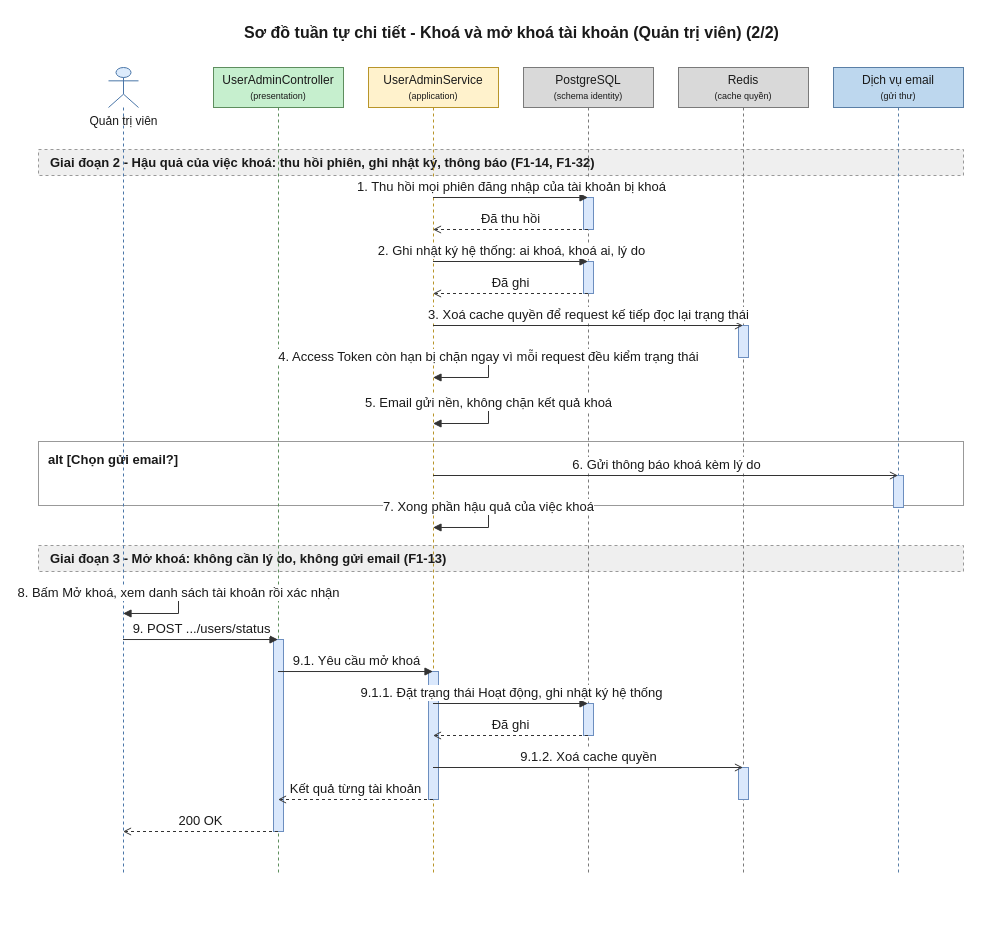
daiphu1801/PRJ_ALGOPREP keeps this draw.io diagram as 08-diagram/sequence/admin/sequence_admin_khoa_mo_khoa_tai_khoan_p2.drawio. Above is the earlier version. Source tidied: cells renumbered, new cells numbered last; positions are measured from the earlier drawing's top-left corner, leaving out a move shared by most shapes. Both pictures are drawn from the tidied source at 100%, with x=0, y=0 at pixel (38, 17).
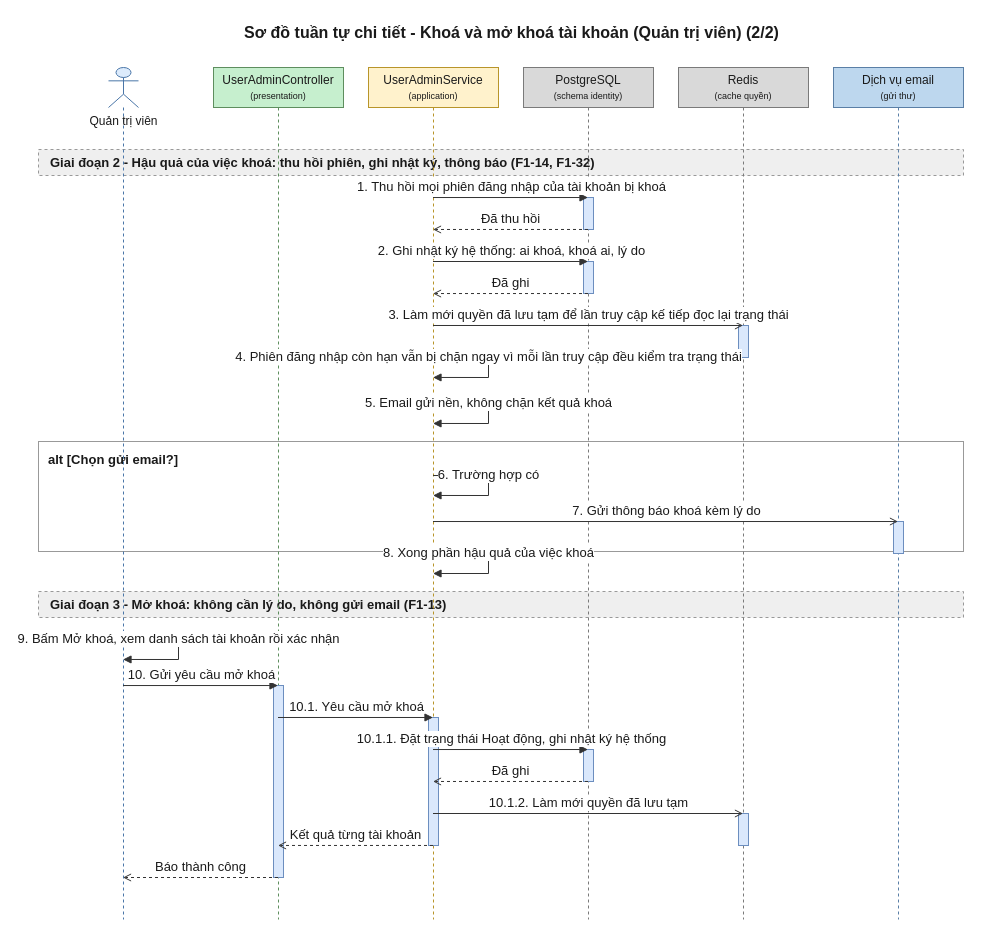
The same diagram, later.

What changed in the source:
```diff
@@
     <mxCell id="3" value="alt [Chọn gửi email?]" style="algoprep=alt;rounded=0;whiteSpace=wrap;html=1;fillColor=none;strokeColor=#999999;verticalAlign=top;align=left;spacingLeft=8;spacingTop=4;fontColor=#1A1A1A;fontSize=13;fontStyle=1;dashed=0;" parent="1" vertex="1">
-      <mxGeometry y="424" width="925" height="64" as="geometry" />
+      <mxGeometry y="424" width="925" height="110" as="geometry" />
     </mxCell>
@@
     <mxCell id="5" value="Giai đoạn 3 - Mở khoá: không cần lý do, không gửi email (F1-13)" style="algoprep=phase;rounded=0;whiteSpace=wrap;html=1;fillColor=#EFEFEF;strokeColor=#999999;dashed=1;align=left;verticalAlign=middle;spacingLeft=10;fontColor=#1A1A1A;fontSize=13;fontStyle=1;" parent="1" vertex="1">
-      <mxGeometry y="528" width="925" height="26" as="geometry" />
+      <mxGeometry y="574" width="925" height="26" as="geometry" />
     </mxCell>
     <mxCell id="6" value="Quản trị viên" style="shape=umlLifeline;participant=umlActor;perimeter=lifelinePerimeter;html=1;outlineConnect=0;size=40;verticalAlign=top;spacingTop=40;fillColor=#DCEBFC;strokeColor=#4A76A8;fontColor=#1A1A1A;" parent="1" vertex="1">
-      <mxGeometry x="70" y="50" width="30" height="806" as="geometry" />
+      <mxGeometry x="70" y="50" width="30" height="852" as="geometry" />
     </mxCell>
     <mxCell id="7" value="UserAdminController&lt;br&gt;&lt;font style=&quot;font-size:9px&quot;&gt;(presentation)&lt;/font&gt;" style="shape=umlLifeline;perimeter=lifelinePerimeter;whiteSpace=wrap;html=1;outlineConnect=0;size=40;fillColor=#C6EFCE;strokeColor=#5E8E5E;fontColor=#1A1A1A;" parent="1" vertex="1">
-      <mxGeometry x="175" y="50" width="130" height="806" as="geometry" />
+      <mxGeometry x="175" y="50" width="130" height="852" as="geometry" />
     </mxCell>
     <mxCell id="8" value="UserAdminService&lt;br&gt;&lt;font style=&quot;font-size:9px&quot;&gt;(application)&lt;/font&gt;" style="shape=umlLifeline;perimeter=lifelinePerimeter;whiteSpace=wrap;html=1;outlineConnect=0;size=40;fillColor=#FFF2CC;strokeColor=#B8952A;fontColor=#1A1A1A;" parent="1" vertex="1">
-      <mxGeometry x="330" y="50" width="130" height="806" as="geometry" />
+      <mxGeometry x="330" y="50" width="130" height="852" as="geometry" />
     </mxCell>
     <mxCell id="9" value="PostgreSQL&lt;br&gt;&lt;font style=&quot;font-size:9px&quot;&gt;(schema identity)&lt;/font&gt;" style="shape=umlLifeline;perimeter=lifelinePerimeter;whiteSpace=wrap;html=1;outlineConnect=0;size=40;fillColor=#D9D9D9;strokeColor=#7A7A7A;fontColor=#1A1A1A;" parent="1" vertex="1">
-      <mxGeometry x="485" y="50" width="130" height="806" as="geometry" />
+      <mxGeometry x="485" y="50" width="130" height="852" as="geometry" />
     </mxCell>
     <mxCell id="10" value="Redis&lt;br&gt;&lt;font style=&quot;font-size:9px&quot;&gt;(cache quyền)&lt;/font&gt;" style="shape=umlLifeline;perimeter=lifelinePerimeter;whiteSpace=wrap;html=1;outlineConnect=0;size=40;fillColor=#D9D9D9;strokeColor=#7A7A7A;fontColor=#1A1A1A;" parent="1" vertex="1">
-      <mxGeometry x="640" y="50" width="130" height="806" as="geometry" />
+      <mxGeometry x="640" y="50" width="130" height="852" as="geometry" />
     </mxCell>
     <mxCell id="11" value="Dịch vụ email&lt;br&gt;&lt;font style=&quot;font-size:9px&quot;&gt;(gửi thư)&lt;/font&gt;" style="shape=umlLifeline;perimeter=lifelinePerimeter;whiteSpace=wrap;html=1;outlineConnect=0;size=40;fillColor=#BDD7EE;strokeColor=#5A7FA6;fontColor=#1A1A1A;" parent="1" vertex="1">
-      <mxGeometry x="795" y="50" width="130" height="806" as="geometry" />
+      <mxGeometry x="795" y="50" width="130" height="852" as="geometry" />
     </mxCell>
@@
     <mxCell id="15" style="html=1;perimeter=orthogonalPerimeter;targetShapes=umlLifeline;fillColor=#DAE8FC;strokeColor=#6C8EBF;" parent="11" vertex="1">
-      <mxGeometry x="60" y="408" width="10" height="32" as="geometry" />
+      <mxGeometry x="60" y="454" width="10" height="32" as="geometry" />
     </mxCell>
     <mxCell id="16" style="html=1;perimeter=orthogonalPerimeter;targetShapes=umlLifeline;fillColor=#DAE8FC;strokeColor=#6C8EBF;" parent="9" vertex="1">
-      <mxGeometry x="60" y="636" width="10" height="32" as="geometry" />
+      <mxGeometry x="60" y="682" width="10" height="32" as="geometry" />
     </mxCell>
     <mxCell id="17" style="html=1;perimeter=orthogonalPerimeter;targetShapes=umlLifeline;fillColor=#DAE8FC;strokeColor=#6C8EBF;" parent="10" vertex="1">
-      <mxGeometry x="60" y="700" width="10" height="32" as="geometry" />
+      <mxGeometry x="60" y="746" width="10" height="32" as="geometry" />
     </mxCell>
     <mxCell id="18" style="html=1;perimeter=orthogonalPerimeter;targetShapes=umlLifeline;fillColor=#DAE8FC;strokeColor=#6C8EBF;" parent="8" vertex="1">
-      <mxGeometry x="60" y="604" width="10" height="128" as="geometry" />
+      <mxGeometry x="60" y="650" width="10" height="128" as="geometry" />
     </mxCell>
     <mxCell id="19" style="html=1;perimeter=orthogonalPerimeter;targetShapes=umlLifeline;fillColor=#DAE8FC;strokeColor=#6C8EBF;" parent="7" vertex="1">
-      <mxGeometry x="60" y="572" width="10" height="192" as="geometry" />
+      <mxGeometry x="60" y="618" width="10" height="192" as="geometry" />
     </mxCell>
-    <mxCell id="20" value="1. Thu hồi mọi phiên đăng nhập của tài khoản bị khoá" style="edgeStyle=none;html=1;endArrow=block;endFill=1;strokeColor=#333333;fontColor=#1A1A1A;fontSize=13;verticalAlign=bottom;exitX=0.5;exitY=0.1613;exitDx=0;exitDy=0;entryX=0.5;entryY=0.1613;entryDx=0;entryDy=0;" parent="1" edge="1" source="8" target="9">
+    <mxCell id="20" value="1. Thu hồi mọi phiên đăng nhập của tài khoản bị khoá" style="edgeStyle=none;html=1;endArrow=block;endFill=1;strokeColor=#333333;fontColor=#1A1A1A;fontSize=13;verticalAlign=bottom;exitX=0.5;exitY=0.1526;exitDx=0;exitDy=0;entryX=0.5;entryY=0.1526;entryDx=0;entryDy=0;" parent="1" edge="1" source="8" target="9">
       <mxGeometry relative="1" as="geometry" />
     </mxCell>
-    <mxCell id="21" value="Đã thu hồi" style="edgeStyle=none;html=1;endArrow=open;endFill=0;dashed=1;strokeColor=#333333;fontColor=#1A1A1A;fontSize=13;verticalAlign=bottom;exitX=0.5;exitY=0.2010;exitDx=0;exitDy=0;entryX=0.5;entryY=0.2010;entryDx=0;entryDy=0;" parent="1" edge="1" source="9" target="8">
+    <mxCell id="21" value="Đã thu hồi" style="edgeStyle=none;html=1;endArrow=open;endFill=0;dashed=1;strokeColor=#333333;fontColor=#1A1A1A;fontSize=13;verticalAlign=bottom;exitX=0.5;exitY=0.1901;exitDx=0;exitDy=0;entryX=0.5;entryY=0.1901;entryDx=0;entryDy=0;" parent="1" edge="1" source="9" target="8">
       <mxGeometry relative="1" as="geometry" />
     </mxCell>
-    <mxCell id="22" value="2. Ghi nhật ký hệ thống: ai khoá, khoá ai, lý do" style="edgeStyle=none;html=1;endArrow=block;endFill=1;strokeColor=#333333;fontColor=#1A1A1A;fontSize=13;verticalAlign=bottom;exitX=0.5;exitY=0.2407;exitDx=0;exitDy=0;entryX=0.5;entryY=0.2407;entryDx=0;entryDy=0;" parent="1" edge="1" source="8" target="9">
+    <mxCell id="22" value="2. Ghi nhật ký hệ thống: ai khoá, khoá ai, lý do" style="edgeStyle=none;html=1;endArrow=block;endFill=1;strokeColor=#333333;fontColor=#1A1A1A;fontSize=13;verticalAlign=bottom;exitX=0.5;exitY=0.2277;exitDx=0;exitDy=0;entryX=0.5;entryY=0.2277;entryDx=0;entryDy=0;" parent="1" edge="1" source="8" target="9">
       <mxGeometry relative="1" as="geometry" />
     </mxCell>
-    <mxCell id="23" value="Đã ghi" style="edgeStyle=none;html=1;endArrow=open;endFill=0;dashed=1;strokeColor=#333333;fontColor=#1A1A1A;fontSize=13;verticalAlign=bottom;exitX=0.5;exitY=0.2804;exitDx=0;exitDy=0;entryX=0.5;entryY=0.2804;entryDx=0;entryDy=0;" parent="1" edge="1" source="9" target="8">
+    <mxCell id="23" value="Đã ghi" style="edgeStyle=none;html=1;endArrow=open;endFill=0;dashed=1;strokeColor=#333333;fontColor=#1A1A1A;fontSize=13;verticalAlign=bottom;exitX=0.5;exitY=0.2653;exitDx=0;exitDy=0;entryX=0.5;entryY=0.2653;entryDx=0;entryDy=0;" parent="1" edge="1" source="9" target="8">
       <mxGeometry relative="1" as="geometry" />
     </mxCell>
-    <mxCell id="24" value="3. Xoá cache quyền để request kế tiếp đọc lại trạng thái" style="edgeStyle=none;html=1;endArrow=open;endFill=0;strokeColor=#333333;fontColor=#1A1A1A;fontSize=13;verticalAlign=bottom;exitX=0.5;exitY=0.3201;exitDx=0;exitDy=0;entryX=0.5;entryY=0.3201;entryDx=0;entryDy=0;" parent="1" edge="1" source="8" target="10">
+    <mxCell id="24" value="3. Làm mới quyền đã lưu tạm để lần truy cập kế tiếp đọc lại trạng thái" style="edgeStyle=none;html=1;endArrow=open;endFill=0;strokeColor=#333333;fontColor=#1A1A1A;fontSize=13;verticalAlign=bottom;exitX=0.5;exitY=0.3028;exitDx=0;exitDy=0;entryX=0.5;entryY=0.3028;entryDx=0;entryDy=0;" parent="1" edge="1" source="8" target="10">
       <mxGeometry relative="1" as="geometry" />
     </mxCell>
-    <mxCell id="25" value="4. Access Token còn hạn bị chặn ngay vì mỗi request đều kiểm trạng thái" style="edgeStyle=orthogonalEdgeStyle;rounded=0;html=1;endArrow=block;endFill=1;strokeColor=#333333;fontColor=#1A1A1A;fontSize=13;verticalAlign=bottom;exitX=0.5;exitY=0.3598;exitDx=0;exitDy=0;entryX=0.5;entryY=0.3846;entryDx=0;entryDy=0;" parent="1" edge="1" source="8" target="8">
+    <mxCell id="25" value="4. Phiên đăng nhập còn hạn vẫn bị chặn ngay vì mỗi lần truy cập đều kiểm tra trạng thái" style="edgeStyle=orthogonalEdgeStyle;rounded=0;html=1;endArrow=block;endFill=1;strokeColor=#333333;fontColor=#1A1A1A;fontSize=13;verticalAlign=bottom;exitX=0.5;exitY=0.3404;exitDx=0;exitDy=0;entryX=0.5;entryY=0.3638;entryDx=0;entryDy=0;" parent="1" edge="1" source="8" target="8">
       <mxGeometry relative="1" as="geometry">
         <Array as="points">
           <mxPoint x="450" y="340" />
           <mxPoint x="450" y="360" />
         </Array>
       </mxGeometry>
     </mxCell>
-    <mxCell id="26" value="5. Email gửi nền, không chặn kết quả khoá" style="edgeStyle=orthogonalEdgeStyle;rounded=0;html=1;endArrow=block;endFill=1;strokeColor=#333333;fontColor=#1A1A1A;fontSize=13;verticalAlign=bottom;exitX=0.5;exitY=0.4169;exitDx=0;exitDy=0;entryX=0.5;entryY=0.4417;entryDx=0;entryDy=0;" parent="1" edge="1" source="8" target="8">
+    <mxCell id="26" value="5. Email gửi nền, không chặn kết quả khoá" style="edgeStyle=orthogonalEdgeStyle;rounded=0;html=1;endArrow=block;endFill=1;strokeColor=#333333;fontColor=#1A1A1A;fontSize=13;verticalAlign=bottom;exitX=0.5;exitY=0.3944;exitDx=0;exitDy=0;entryX=0.5;entryY=0.4178;entryDx=0;entryDy=0;" parent="1" edge="1" source="8" target="8">
       <mxGeometry relative="1" as="geometry">
         <Array as="points">
           <mxPoint x="450" y="386" />
           <mxPoint x="450" y="406" />
         </Array>
       </mxGeometry>
     </mxCell>
-    <mxCell id="27" value="6. Gửi thông báo khoá kèm lý do" style="edgeStyle=none;html=1;endArrow=open;endFill=0;strokeColor=#333333;fontColor=#1A1A1A;fontSize=13;verticalAlign=bottom;exitX=0.5;exitY=0.5062;exitDx=0;exitDy=0;entryX=0.5;entryY=0.5062;entryDx=0;entryDy=0;" parent="1" edge="1" source="8" target="11">
-      <mxGeometry relative="1" as="geometry" />
+    <mxCell id="27" value="6. Trường hợp có" style="edgeStyle=orthogonalEdgeStyle;rounded=0;html=1;endArrow=block;endFill=1;strokeColor=#333333;fontColor=#1A1A1A;fontSize=13;verticalAlign=bottom;exitX=0.5;exitY=0.4789;exitDx=0;exitDy=0;entryX=0.5;entryY=0.5023;entryDx=0;entryDy=0;" parent="1" edge="1" source="8" target="8">
+      <mxGeometry relative="1" as="geometry">
+        <Array as="points">
+          <mxPoint x="450" y="458" />
+          <mxPoint x="450" y="478" />
+        </Array>
+      </mxGeometry>
     </mxCell>
-    <mxCell id="28" value="7. Xong phần hậu quả của việc khoá" style="edgeStyle=orthogonalEdgeStyle;rounded=0;html=1;endArrow=block;endFill=1;strokeColor=#333333;fontColor=#1A1A1A;fontSize=13;verticalAlign=bottom;exitX=0.5;exitY=0.5459;exitDx=0;exitDy=0;entryX=0.5;entryY=0.5707;entryDx=0;entryDy=0;" parent="1" edge="1" source="8" target="8">
-      <mxGeometry relative="1" as="geometry">
-        <Array as="points">
-          <mxPoint x="450" y="490" />
-          <mxPoint x="450" y="510" />
-        </Array>
-      </mxGeometry>
+    <mxCell id="28" value="7. Gửi thông báo khoá kèm lý do" style="edgeStyle=none;html=1;endArrow=open;endFill=0;strokeColor=#333333;fontColor=#1A1A1A;fontSize=13;verticalAlign=bottom;exitX=0.5;exitY=0.5329;exitDx=0;exitDy=0;entryX=0.5;entryY=0.5329;entryDx=0;entryDy=0;" parent="1" edge="1" source="8" target="11">
+      <mxGeometry relative="1" as="geometry" />
     </mxCell>
-    <mxCell id="29" value="8. Bấm Mở khoá, xem danh sách tài khoản rồi xác nhận" style="edgeStyle=orthogonalEdgeStyle;rounded=0;html=1;endArrow=block;endFill=1;strokeColor=#333333;fontColor=#1A1A1A;fontSize=13;verticalAlign=bottom;exitX=0.5;exitY=0.6526;exitDx=0;exitDy=0;entryX=0.5;entryY=0.6774;entryDx=0;entryDy=0;" parent="1" edge="1" source="6" target="6">
+    <mxCell id="29" value="8. Xong phần hậu quả của việc khoá" style="edgeStyle=orthogonalEdgeStyle;rounded=0;html=1;endArrow=block;endFill=1;strokeColor=#333333;fontColor=#1A1A1A;fontSize=13;verticalAlign=bottom;exitX=0.5;exitY=0.5704;exitDx=0;exitDy=0;entryX=0.5;entryY=0.5939;entryDx=0;entryDy=0;" parent="1" edge="1" source="8" target="8">
       <mxGeometry relative="1" as="geometry">
         <Array as="points">
-          <mxPoint x="140" y="576" />
-          <mxPoint x="140" y="596" />
+          <mxPoint x="450" y="536" />
+          <mxPoint x="450" y="556" />
         </Array>
       </mxGeometry>
     </mxCell>
-    <mxCell id="30" value="9. POST .../users/status" style="edgeStyle=none;html=1;endArrow=block;endFill=1;strokeColor=#333333;fontColor=#1A1A1A;fontSize=13;verticalAlign=bottom;exitX=0.5;exitY=0.7097;exitDx=0;exitDy=0;entryX=0.5;entryY=0.7097;entryDx=0;entryDy=0;" parent="1" edge="1" source="6" target="7">
-      <mxGeometry relative="1" as="geometry" />
+    <mxCell id="30" value="9. Bấm Mở khoá, xem danh sách tài khoản rồi xác nhận" style="edgeStyle=orthogonalEdgeStyle;rounded=0;html=1;endArrow=block;endFill=1;strokeColor=#333333;fontColor=#1A1A1A;fontSize=13;verticalAlign=bottom;exitX=0.5;exitY=0.6714;exitDx=0;exitDy=0;entryX=0.5;entryY=0.6948;entryDx=0;entryDy=0;" parent="1" edge="1" source="6" target="6">
+      <mxGeometry relative="1" as="geometry">
+        <Array as="points">
+          <mxPoint x="140" y="622" />
+          <mxPoint x="140" y="642" />
+        </Array>
+      </mxGeometry>
     </mxCell>
-    <mxCell id="31" value="9.1. Yêu cầu mở khoá" style="edgeStyle=none;html=1;endArrow=block;endFill=1;strokeColor=#333333;fontColor=#1A1A1A;fontSize=13;verticalAlign=bottom;exitX=0.5;exitY=0.7494;exitDx=0;exitDy=0;entryX=0.5;entryY=0.7494;entryDx=0;entryDy=0;" parent="1" edge="1" source="7" target="8">
+    <mxCell id="31" value="10. Gửi yêu cầu mở khoá" style="edgeStyle=none;html=1;endArrow=block;endFill=1;strokeColor=#333333;fontColor=#1A1A1A;fontSize=13;verticalAlign=bottom;exitX=0.5;exitY=0.7254;exitDx=0;exitDy=0;entryX=0.5;entryY=0.7254;entryDx=0;entryDy=0;" parent="1" edge="1" source="6" target="7">
       <mxGeometry relative="1" as="geometry" />
     </mxCell>
-    <mxCell id="32" value="9.1.1. Đặt trạng thái Hoạt động, ghi nhật ký hệ thống" style="edgeStyle=none;html=1;endArrow=block;endFill=1;strokeColor=#333333;fontColor=#1A1A1A;fontSize=13;verticalAlign=bottom;exitX=0.5;exitY=0.7891;exitDx=0;exitDy=0;entryX=0.5;entryY=0.7891;entryDx=0;entryDy=0;" parent="1" edge="1" source="8" target="9">
+    <mxCell id="32" value="10.1. Yêu cầu mở khoá" style="edgeStyle=none;html=1;endArrow=block;endFill=1;strokeColor=#333333;fontColor=#1A1A1A;fontSize=13;verticalAlign=bottom;exitX=0.5;exitY=0.7629;exitDx=0;exitDy=0;entryX=0.5;entryY=0.7629;entryDx=0;entryDy=0;" parent="1" edge="1" source="7" target="8">
       <mxGeometry relative="1" as="geometry" />
     </mxCell>
-    <mxCell id="33" value="Đã ghi" style="edgeStyle=none;html=1;endArrow=open;endFill=0;dashed=1;strokeColor=#333333;fontColor=#1A1A1A;fontSize=13;verticalAlign=bottom;exitX=0.5;exitY=0.8288;exitDx=0;exitDy=0;entryX=0.5;entryY=0.8288;entryDx=0;entryDy=0;" parent="1" edge="1" source="9" target="8">
+    <mxCell id="33" value="10.1.1. Đặt trạng thái Hoạt động, ghi nhật ký hệ thống" style="edgeStyle=none;html=1;endArrow=block;endFill=1;strokeColor=#333333;fontColor=#1A1A1A;fontSize=13;verticalAlign=bottom;exitX=0.5;exitY=0.8005;exitDx=0;exitDy=0;entryX=0.5;entryY=0.8005;entryDx=0;entryDy=0;" parent="1" edge="1" source="8" target="9">
       <mxGeometry relative="1" as="geometry" />
     </mxCell>
-    <mxCell id="34" value="9.1.2. Xoá cache quyền" style="edgeStyle=none;html=1;endArrow=open;endFill=0;strokeColor=#333333;fontColor=#1A1A1A;fontSize=13;verticalAlign=bottom;exitX=0.5;exitY=0.8685;exitDx=0;exitDy=0;entryX=0.5;entryY=0.8685;entryDx=0;entryDy=0;" parent="1" edge="1" source="8" target="10">
+    <mxCell id="34" value="Đã ghi" style="edgeStyle=none;html=1;endArrow=open;endFill=0;dashed=1;strokeColor=#333333;fontColor=#1A1A1A;fontSize=13;verticalAlign=bottom;exitX=0.5;exitY=0.8380;exitDx=0;exitDy=0;entryX=0.5;entryY=0.8380;entryDx=0;entryDy=0;" parent="1" edge="1" source="9" target="8">
       <mxGeometry relative="1" as="geometry" />
     </mxCell>
-    <mxCell id="35" value="Kết quả từng tài khoản" style="edgeStyle=none;html=1;endArrow=open;endFill=0;dashed=1;strokeColor=#333333;fontColor=#1A1A1A;fontSize=13;verticalAlign=bottom;exitX=0.5;exitY=0.9082;exitDx=0;exitDy=0;entryX=0.5;entryY=0.9082;entryDx=0;entryDy=0;" parent="1" edge="1" source="8" target="7">
+    <mxCell id="35" value="10.1.2. Làm mới quyền đã lưu tạm" style="edgeStyle=none;html=1;endArrow=open;endFill=0;strokeColor=#333333;fontColor=#1A1A1A;fontSize=13;verticalAlign=bottom;exitX=0.5;exitY=0.8756;exitDx=0;exitDy=0;entryX=0.5;entryY=0.8756;entryDx=0;entryDy=0;" parent="1" edge="1" source="8" target="10">
       <mxGeometry relative="1" as="geometry" />
     </mxCell>
-    <mxCell id="36" value="200 OK" style="edgeStyle=none;html=1;endArrow=open;endFill=0;dashed=1;strokeColor=#333333;fontColor=#1A1A1A;fontSize=13;verticalAlign=bottom;exitX=0.5;exitY=0.9479;exitDx=0;exitDy=0;entryX=0.5;entryY=0.9479;entryDx=0;entryDy=0;" parent="1" edge="1" source="7" target="6">
+    <mxCell id="36" value="Kết quả từng tài khoản" style="edgeStyle=none;html=1;endArrow=open;endFill=0;dashed=1;strokeColor=#333333;fontColor=#1A1A1A;fontSize=13;verticalAlign=bottom;exitX=0.5;exitY=0.9131;exitDx=0;exitDy=0;entryX=0.5;entryY=0.9131;entryDx=0;entryDy=0;" parent="1" edge="1" source="8" target="7">
       <mxGeometry relative="1" as="geometry" />
     </mxCell>
+    <mxCell id="37" value="Báo thành công" style="edgeStyle=none;html=1;endArrow=open;endFill=0;dashed=1;strokeColor=#333333;fontColor=#1A1A1A;fontSize=13;verticalAlign=bottom;exitX=0.5;exitY=0.9507;exitDx=0;exitDy=0;entryX=0.5;entryY=0.9507;entryDx=0;entryDy=0;" parent="1" edge="1" source="7" target="6">
+      <mxGeometry relative="1" as="geometry" />
+    </mxCell>
```
